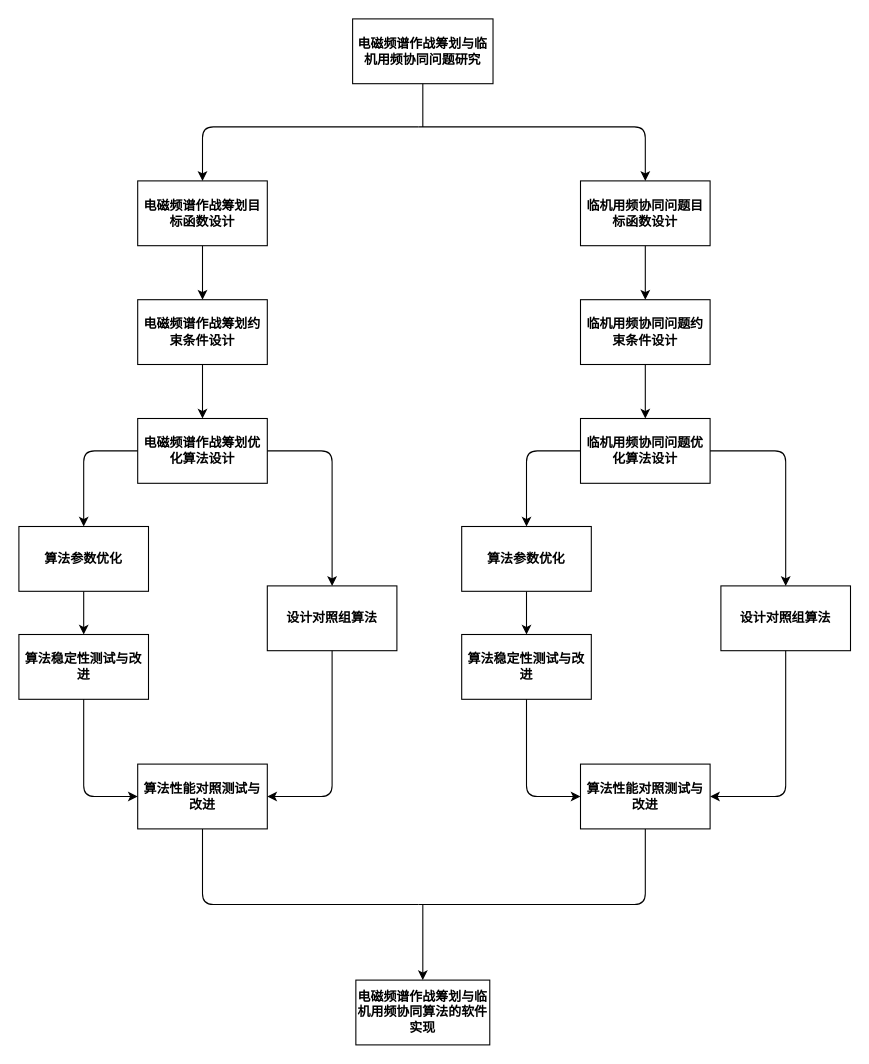
Earlier version of the draw.io diagram Untitled Diagram.drawio (liuming14/-). Source tidied: cells renumbered, new cells numbered last; positions are measured from the earlier drawing's top-left corner, leaving out a move shared by most shapes. Both pictures are drawn from the tidied source at 108%, with x=0, y=0 at pixel (18, 18).
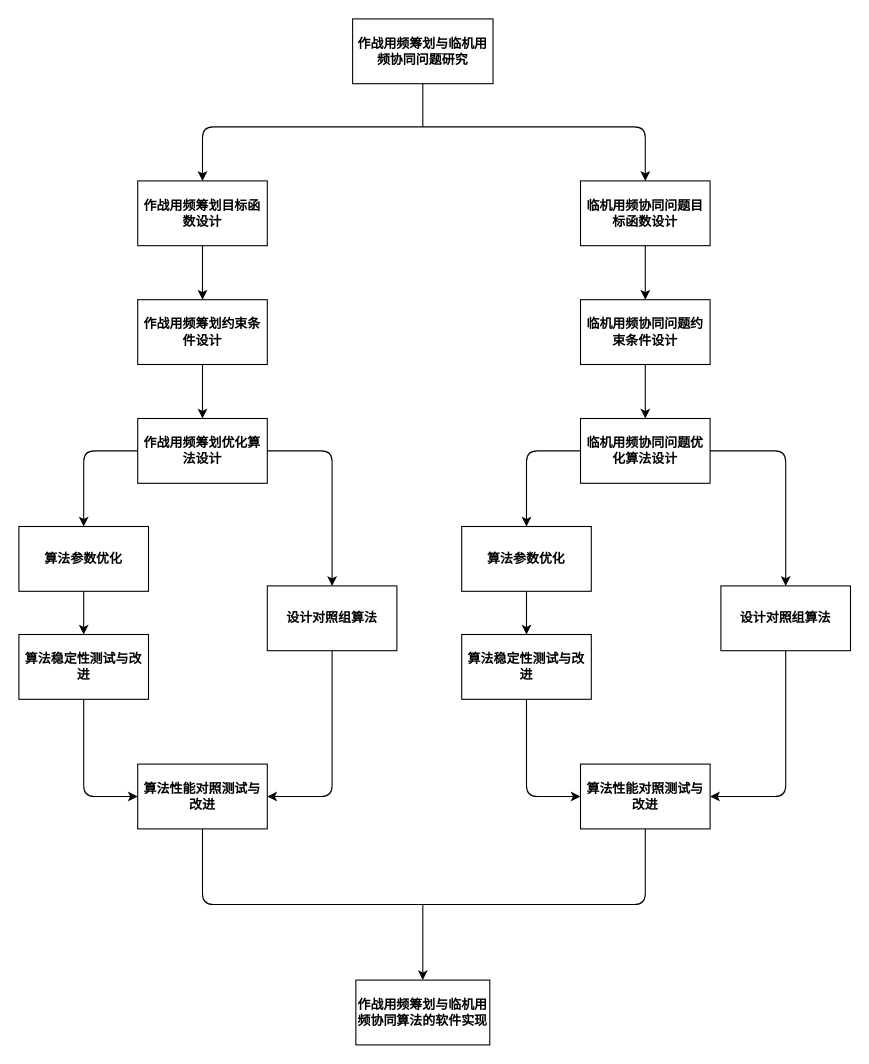
The same page after the edit.

Change to the diagram source:
```diff
@@
-    <mxCell id="2" value="&lt;b&gt;&lt;span&gt;电磁频谱作战筹划与临机用频协同问题研究&lt;/span&gt;&lt;/b&gt;" style="rounded=0;whiteSpace=wrap;html=1;" parent="1" vertex="1">
+    <mxCell id="2" value="&lt;b&gt;&lt;span&gt;作战用频筹划与临机用频协同问题研究&lt;/span&gt;&lt;/b&gt;" style="rounded=0;whiteSpace=wrap;html=1;" parent="1" vertex="1">
       <mxGeometry x="309" width="130" height="60" as="geometry" />
     </mxCell>
@@
-    <mxCell id="4" value="&lt;b&gt;&lt;span&gt;电磁频谱作战筹划目标函数设计&lt;/span&gt;&lt;/b&gt;" style="rounded=0;whiteSpace=wrap;html=1;" parent="1" vertex="1">
+    <mxCell id="4" value="&lt;b&gt;&lt;span&gt;作战用频筹划目标函数设计&lt;/span&gt;&lt;/b&gt;" style="rounded=0;whiteSpace=wrap;html=1;" parent="1" vertex="1">
       <mxGeometry x="110" y="150" width="120" height="60" as="geometry" />
     </mxCell>
@@
-    <mxCell id="10" value="&lt;b&gt;&lt;span&gt;电磁频谱作战筹划约束条件设计&lt;/span&gt;&lt;/b&gt;" style="rounded=0;whiteSpace=wrap;html=1;" parent="1" vertex="1">
+    <mxCell id="10" value="&lt;b&gt;&lt;span&gt;作战用频筹划约束条件设计&lt;/span&gt;&lt;/b&gt;" style="rounded=0;whiteSpace=wrap;html=1;" parent="1" vertex="1">
       <mxGeometry x="110" y="260" width="120" height="60" as="geometry" />
     </mxCell>
-    <mxCell id="11" value="&lt;b&gt;&lt;span&gt;电磁频谱作战筹划优化算法设计&lt;/span&gt;&lt;/b&gt;" style="rounded=0;whiteSpace=wrap;html=1;" parent="1" vertex="1">
+    <mxCell id="11" value="&lt;b&gt;&lt;span&gt;作战用频筹划优化算法设计&lt;/span&gt;&lt;/b&gt;" style="rounded=0;whiteSpace=wrap;html=1;" parent="1" vertex="1">
       <mxGeometry x="110" y="370" width="120" height="60" as="geometry" />
     </mxCell>
@@
-    <mxCell id="22" value="&lt;b&gt;&lt;span&gt;电磁频谱作战筹划与临机用频协同&lt;/span&gt;算法的软件实现&lt;/b&gt;" style="rounded=0;whiteSpace=wrap;html=1;" parent="1" vertex="1">
+    <mxCell id="22" value="&lt;b&gt;&lt;span&gt;作战用频筹划与临机用频协同&lt;/span&gt;算法的软件实现&lt;/b&gt;" style="rounded=0;whiteSpace=wrap;html=1;" parent="1" vertex="1">
       <mxGeometry x="312" y="890" width="124" height="60" as="geometry" />
     </mxCell>
```
